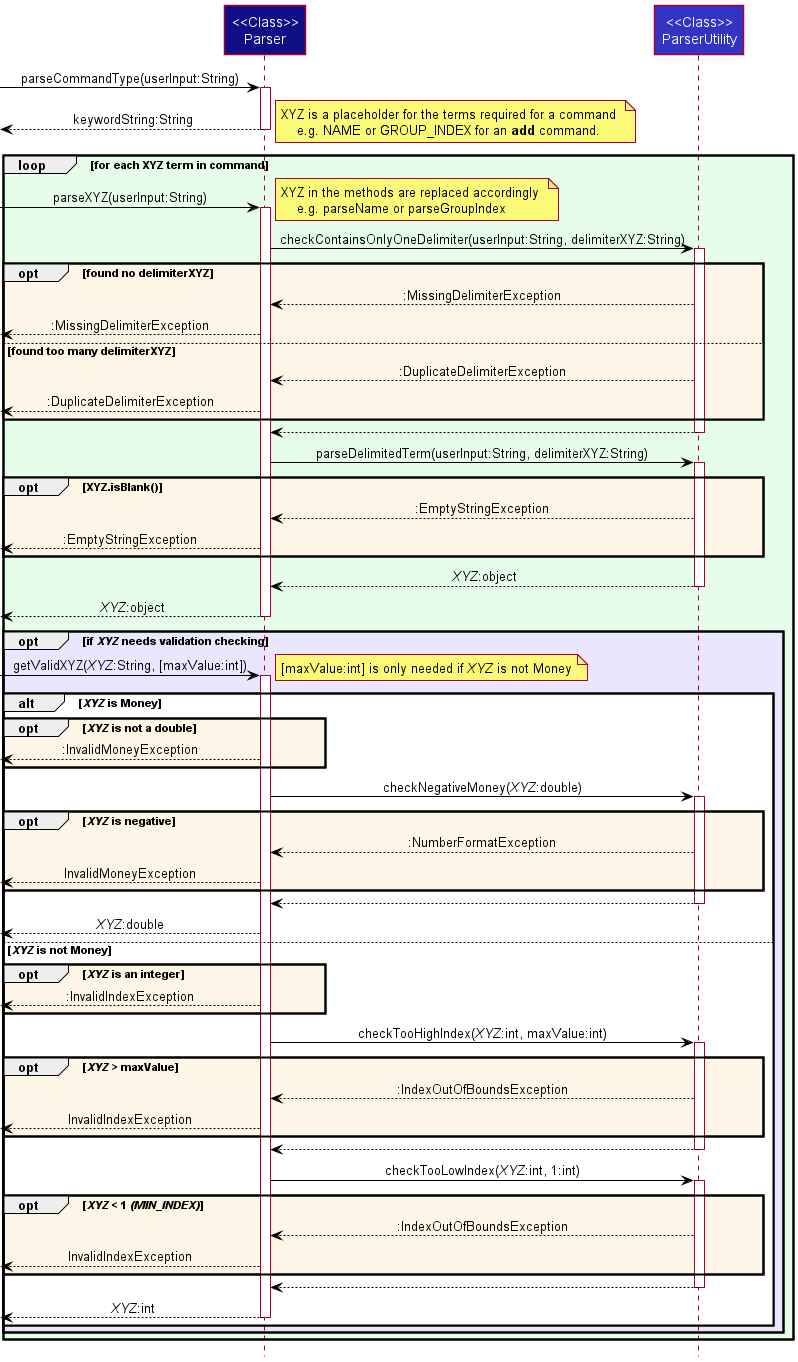
Earlier version of the PlantUML export docs/images/ParserSequenceDiagram0.png (nus-cs2113-AY2122S2/tp).
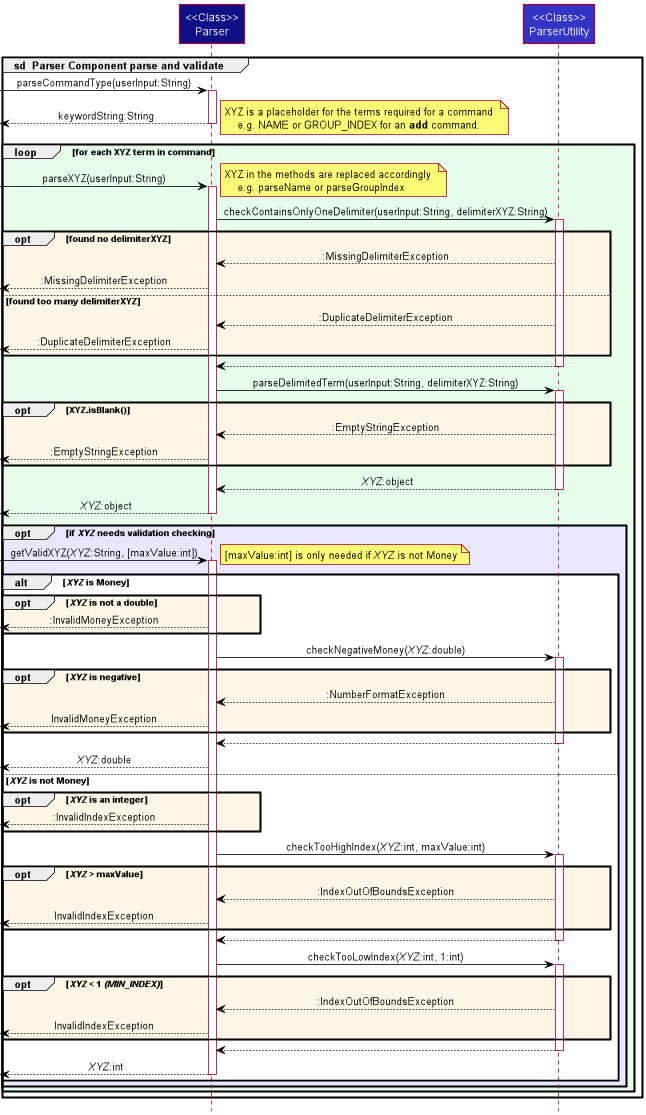
The same diagram one commit later.

Change to the diagram source:
```diff
@@ -3,7 +3,7 @@
 skinparam arrowColor #BLACK
 skinparam noteTextAlignment left
 
-
+group **sd**  Parser Component parse and validate
 Participant "<<Class>>\nParser" as Parser LOGIC_COLOR
 Participant "<<Class>>\nParserUtility" as UParser LOGIC_COLOR_T1
 
@@ -96,5 +96,5 @@
     end opt
 
 end loop
-
+end
 @enduml
```
